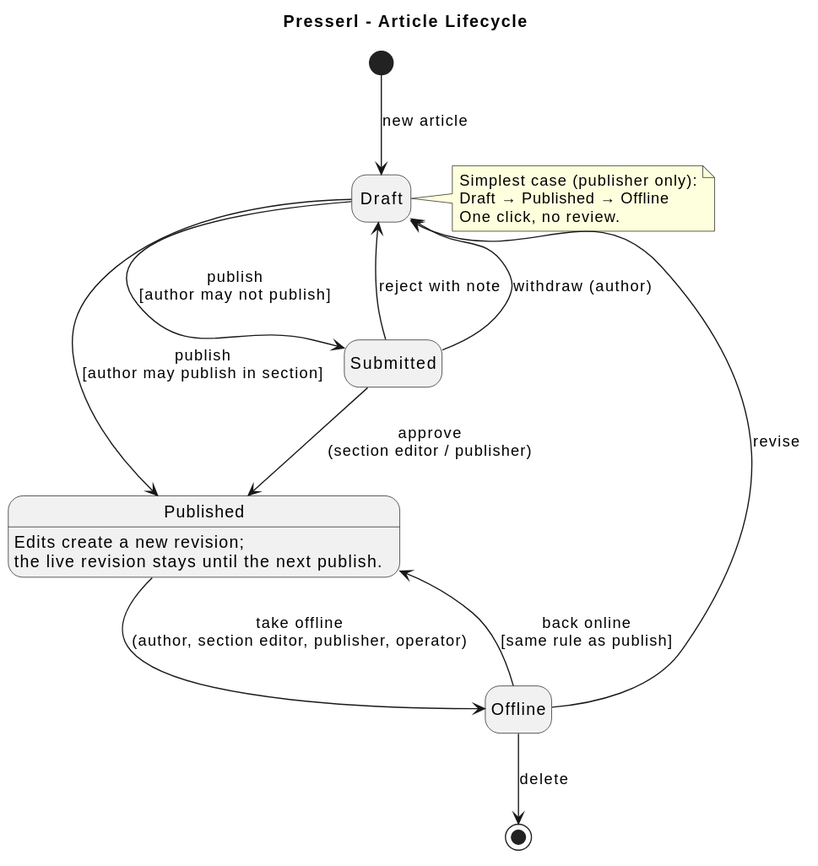
This is docs/diagrams/article-lifecycle.svg from UnterrainerInformatik/presserl, a PlantUML export, as it was before one commit. Its diagram source:
```plantuml
@startuml
title Presserl - Article Lifecycle
skinparam shadowing false
skinparam defaultFontName Sans-Serif
hide empty description

[*] --> Draft : new article

Draft --> Published : publish\n[author may publish in section]
Draft --> Submitted : publish\n[author may not publish]
Submitted --> Published : approve\n(section editor / publisher)
Submitted --> Draft : reject with note
Submitted --> Draft : withdraw (author)

Published --> Offline : take offline\n(author, section editor, publisher, operator)
Offline --> Published : back online\n[same rule as publish]
Offline --> Draft : revise
Offline --> [*] : delete

Published : Edits create a new revision;
Published : the live revision stays until the next publish.

note right of Draft
  Simplest case (publisher only):
  Draft → Published → Offline
  One click, no review.
end note
@enduml
```
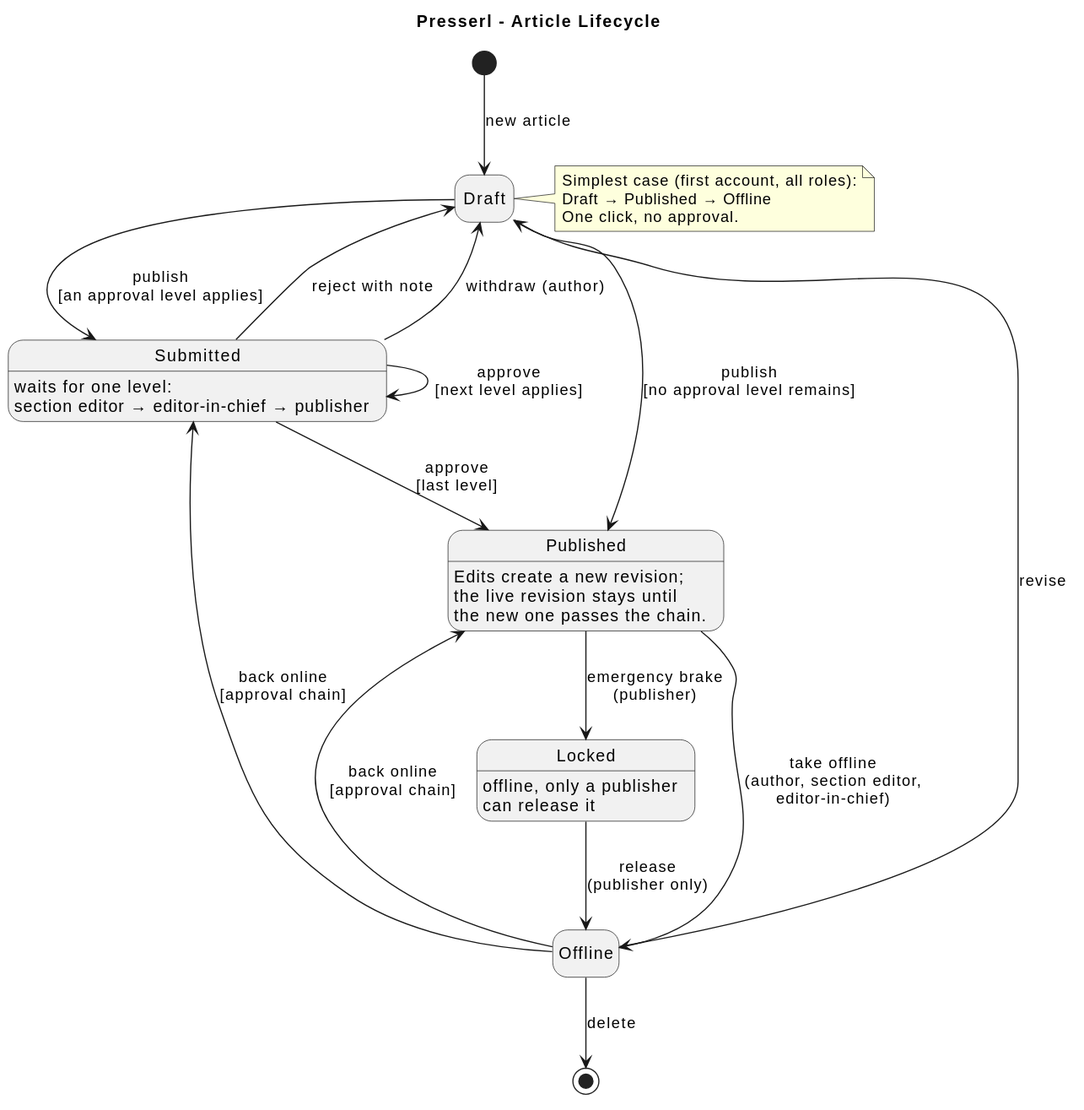
The same diagram one commit later.

Change to the diagram source:
```diff
@@ -6,23 +6,32 @@
 
 [*] --> Draft : new article
 
-Draft --> Published : publish\n[author may publish in section]
-Draft --> Submitted : publish\n[author may not publish]
-Submitted --> Published : approve\n(section editor / publisher)
+Draft --> Published : publish\n[no approval level remains]
+Draft --> Submitted : publish\n[an approval level applies]
+Submitted --> Submitted : approve\n[next level applies]
+Submitted --> Published : approve\n[last level]
 Submitted --> Draft : reject with note
 Submitted --> Draft : withdraw (author)
 
-Published --> Offline : take offline\n(author, section editor, publisher, operator)
-Offline --> Published : back online\n[same rule as publish]
+Published --> Offline : take offline\n(author, section editor,\neditor-in-chief)
+Published --> Locked : emergency brake\n(publisher)
+Offline --> Published : back online\n[approval chain]
+Offline --> Submitted : back online\n[approval chain]
+Locked --> Offline : release\n(publisher only)
 Offline --> Draft : revise
 Offline --> [*] : delete
 
+Submitted : waits for one level:
+Submitted : section editor → editor-in-chief → publisher
 Published : Edits create a new revision;
-Published : the live revision stays until the next publish.
+Published : the live revision stays until
+Published : the new one passes the chain.
+Locked : offline, only a publisher
+Locked : can release it
 
 note right of Draft
-  Simplest case (publisher only):
+  Simplest case (first account, all roles):
   Draft → Published → Offline
-  One click, no review.
+  One click, no approval.
 end note
 @enduml
```
